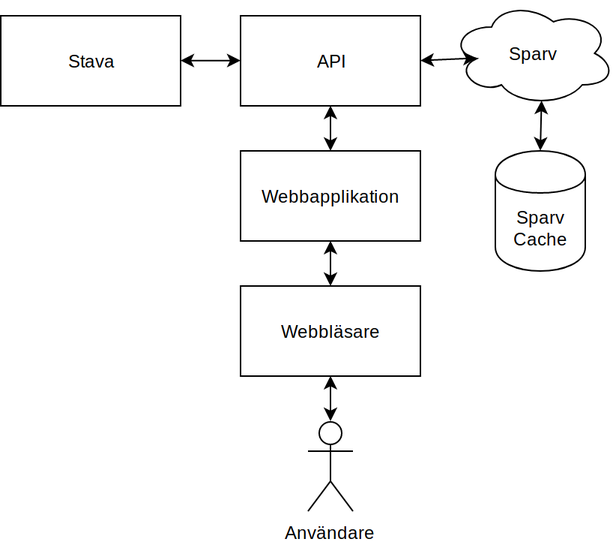
Earlier version of the draw.io export bilder/architecture.png (ellakk/examensarbete). Source tidied: cells renumbered, new cells last; positions are measured from the earlier drawing's top-left corner, leaving out a move shared by most shapes.
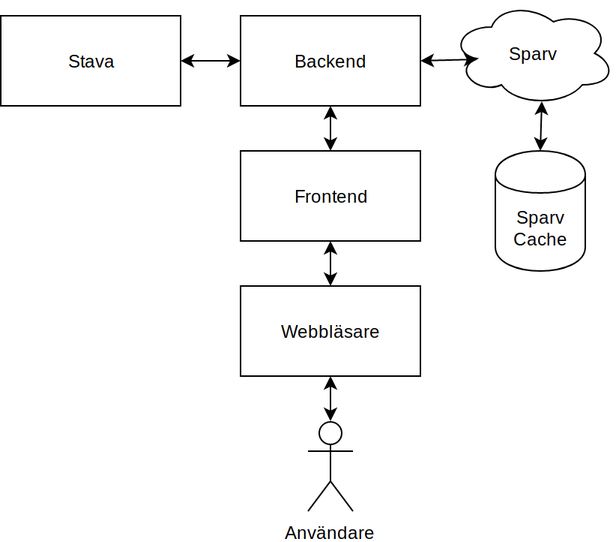
Later version of the same file.

What changed in the source:
```diff
@@ -11,10 +11,10 @@
     <mxCell id="4" style="endArrow=classic;startArrow=classic;html=1;entryX=0.5;entryY=1;entryDx=0;entryDy=0;" parent="1" edge="1" source="3" target="2">
       <mxGeometry relative="1" as="geometry" />
     </mxCell>
-    <mxCell id="5" value="Webbapplikation" style="rounded=0;whiteSpace=wrap;html=1;" parent="1" vertex="1">
+    <mxCell id="5" value="Frontend" style="rounded=0;whiteSpace=wrap;html=1;" parent="1" vertex="1">
       <mxGeometry x="160" y="100" width="120" height="60" as="geometry" />
     </mxCell>
-    <mxCell id="6" value="API" style="rounded=0;whiteSpace=wrap;html=1;" parent="1" vertex="1">
+    <mxCell id="6" value="Backend" style="rounded=0;whiteSpace=wrap;html=1;" parent="1" vertex="1">
       <mxGeometry x="160" y="10" width="120" height="60" as="geometry" />
     </mxCell>
     <mxCell id="7" value="Sparv" style="ellipse;shape=cloud;whiteSpace=wrap;html=1;" parent="1" vertex="1">
```
